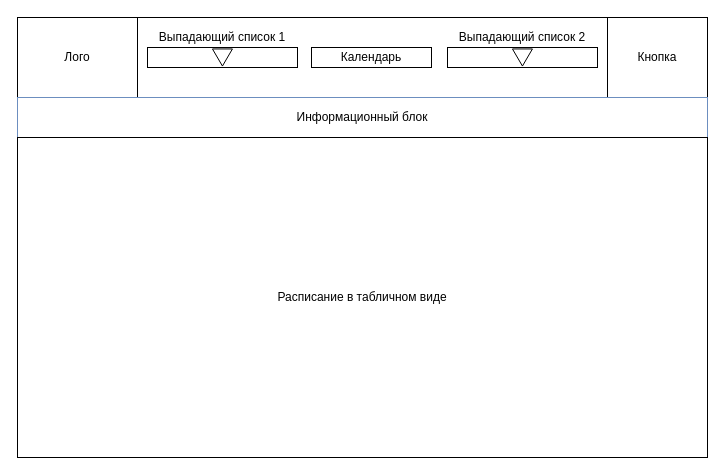
The draw.io diagram page "on pc" (1 of 2) of my design.drawio in Sayikoro/DBFRead, before the edit. Source tidied: cells renumbered, new cells numbered last; positions are measured from the earlier drawing's top-left corner, leaving out a move shared by most shapes. Both pictures are drawn from the tidied source at 100%, with x=0, y=0 at pixel (17, 17).
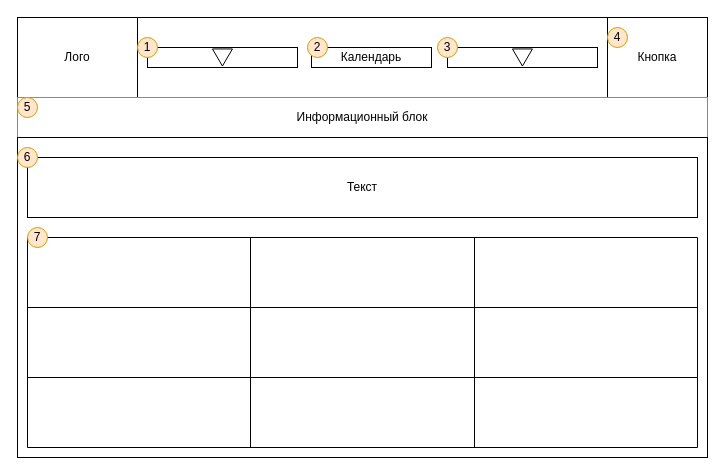
The same diagram, later.

Unchanged cells that the change refers to:
```xml
<mxCell id="11" style="group;" parent="1" vertex="1">
  <mxGeometry x="130" y="30" width="150" height="20" as="geometry" />
</mxCell>
<mxCell id="14" style="group;" parent="1" vertex="1">
  <mxGeometry x="430" y="30" width="150" height="20" as="geometry" />
</mxCell>
```

Change to the diagram source:
```diff
@@
-    <mxCell id="8" value="Расписание в табличном виде" style="rounded=0;whiteSpace=wrap;html=1;" parent="1" vertex="1">
+    <mxCell id="8" style="rounded=0;whiteSpace=wrap;html=1;" parent="1" vertex="1">
       <mxGeometry y="120" width="690" height="320" as="geometry" />
     </mxCell>
-    <mxCell id="9" value="Выпадающий список 1" style="text;html=1;strokeColor=none;fillColor=none;align=center;verticalAlign=middle;whiteSpace=wrap;rounded=0;fontColor=#000000;" parent="1" vertex="1">
-      <mxGeometry x="130" y="10" width="150" height="20" as="geometry" />
-    </mxCell>
-    <mxCell id="10" value="Выпадающий список 2" style="text;html=1;strokeColor=none;fillColor=none;align=center;verticalAlign=middle;whiteSpace=wrap;rounded=0;fontColor=#000000;" parent="1" vertex="1">
-      <mxGeometry x="430" y="10" width="150" height="20" as="geometry" />
-    </mxCell>
@@
+    <mxCell id="17" value="1" style="ellipse;whiteSpace=wrap;html=1;fillColor=#ffe6cc;strokeColor=#d79b00;" parent="11" vertex="1">
+      <mxGeometry x="-10" y="-10" width="20" height="20" as="geometry" />
+    </mxCell>
@@
+    <mxCell id="18" value="3" style="ellipse;whiteSpace=wrap;html=1;fillColor=#ffe6cc;strokeColor=#d79b00;" parent="14" vertex="1">
+      <mxGeometry x="-10" y="-10" width="20" height="20" as="geometry" />
+    </mxCell>
+    <mxCell id="19" style="shape=table;html=1;whiteSpace=wrap;startSize=0;childLayout=tableLayout;" parent="1" vertex="1">
+      <mxGeometry x="10" y="220" width="670" height="210" as="geometry" />
+    </mxCell>
+    <mxCell id="20" style="shape=partialRectangle;html=1;whiteSpace=wrap;fillColor=none;top=0;left=0;bottom=0;right=0;" parent="19" vertex="1">
+      <mxGeometry width="670" height="70" as="geometry" />
+    </mxCell>
+    <mxCell id="21" style="shape=partialRectangle;html=1;whiteSpace=wrap;fillColor=none;top=0;left=0;bottom=0;right=0;overflow=hidden;" parent="20" vertex="1">
+      <mxGeometry width="223" height="70" as="geometry" />
+    </mxCell>
+    <mxCell id="22" style="shape=partialRectangle;html=1;whiteSpace=wrap;fillColor=none;top=0;left=0;bottom=0;right=0;overflow=hidden;" parent="20" vertex="1">
+      <mxGeometry x="223" width="224" height="70" as="geometry" />
+    </mxCell>
+    <mxCell id="23" style="shape=partialRectangle;html=1;whiteSpace=wrap;fillColor=none;top=0;left=0;bottom=0;right=0;overflow=hidden;" parent="20" vertex="1">
+      <mxGeometry x="447" width="223" height="70" as="geometry" />
+    </mxCell>
+    <mxCell id="24" style="shape=partialRectangle;html=1;whiteSpace=wrap;fillColor=none;top=0;left=0;bottom=0;right=0;" parent="19" vertex="1">
+      <mxGeometry y="70" width="670" height="70" as="geometry" />
+    </mxCell>
+    <mxCell id="25" style="shape=partialRectangle;html=1;whiteSpace=wrap;fillColor=none;top=0;left=0;bottom=0;right=0;overflow=hidden;" parent="24" vertex="1">
+      <mxGeometry width="223" height="70" as="geometry" />
+    </mxCell>
+    <mxCell id="26" style="shape=partialRectangle;html=1;whiteSpace=wrap;fillColor=none;top=0;left=0;bottom=0;right=0;overflow=hidden;" parent="24" vertex="1">
+      <mxGeometry x="223" width="224" height="70" as="geometry" />
+    </mxCell>
+    <mxCell id="27" style="shape=partialRectangle;html=1;whiteSpace=wrap;fillColor=none;top=0;left=0;bottom=0;right=0;overflow=hidden;" parent="24" vertex="1">
+      <mxGeometry x="447" width="223" height="70" as="geometry" />
+    </mxCell>
+    <mxCell id="28" style="shape=partialRectangle;html=1;whiteSpace=wrap;fillColor=none;top=0;left=0;bottom=0;right=0;" parent="19" vertex="1">
+      <mxGeometry y="140" width="670" height="70" as="geometry" />
+    </mxCell>
+    <mxCell id="29" style="shape=partialRectangle;html=1;whiteSpace=wrap;fillColor=none;top=0;left=0;bottom=0;right=0;overflow=hidden;" parent="28" vertex="1">
+      <mxGeometry width="223" height="70" as="geometry" />
+    </mxCell>
+    <mxCell id="30" style="shape=partialRectangle;html=1;whiteSpace=wrap;fillColor=none;top=0;left=0;bottom=0;right=0;overflow=hidden;" parent="28" vertex="1">
+      <mxGeometry x="223" width="224" height="70" as="geometry" />
+    </mxCell>
+    <mxCell id="31" style="shape=partialRectangle;html=1;whiteSpace=wrap;fillColor=none;top=0;left=0;bottom=0;right=0;overflow=hidden;" parent="28" vertex="1">
+      <mxGeometry x="447" width="223" height="70" as="geometry" />
+    </mxCell>
+    <mxCell id="32" value="Текст" style="rounded=0;whiteSpace=wrap;html=1;" parent="1" vertex="1">
+      <mxGeometry x="10" y="140" width="670" height="60" as="geometry" />
+    </mxCell>
+    <mxCell id="33" value="2" style="ellipse;whiteSpace=wrap;html=1;fillColor=#ffe6cc;strokeColor=#d79b00;" parent="1" vertex="1">
+      <mxGeometry x="290" y="20" width="20" height="20" as="geometry" />
+    </mxCell>
+    <mxCell id="34" value="4" style="ellipse;whiteSpace=wrap;html=1;fillColor=#ffe6cc;strokeColor=#d79b00;" parent="1" vertex="1">
+      <mxGeometry x="590" y="10" width="20" height="20" as="geometry" />
+    </mxCell>
+    <mxCell id="35" value="5" style="ellipse;whiteSpace=wrap;html=1;fillColor=#ffe6cc;strokeColor=#d79b00;" parent="1" vertex="1">
+      <mxGeometry y="80" width="20" height="20" as="geometry" />
+    </mxCell>
+    <mxCell id="36" value="6" style="ellipse;whiteSpace=wrap;html=1;fillColor=#ffe6cc;strokeColor=#d79b00;" parent="1" vertex="1">
+      <mxGeometry y="130" width="20" height="20" as="geometry" />
+    </mxCell>
+    <mxCell id="37" value="7" style="ellipse;whiteSpace=wrap;html=1;fillColor=#ffe6cc;strokeColor=#d79b00;" parent="1" vertex="1">
+      <mxGeometry x="10" y="210" width="20" height="20" as="geometry" />
+    </mxCell>
```
